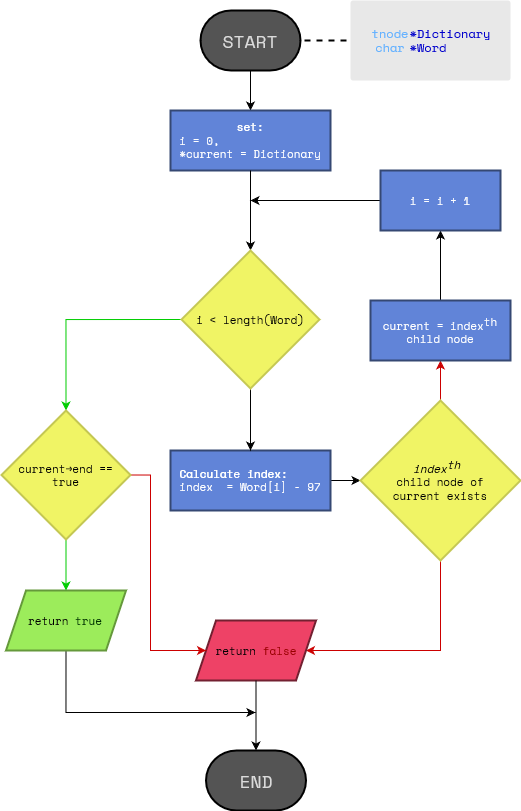
gaurav5-5/DSA-project-23 keeps this draw.io diagram as figs/trie_traverse.png. Above is the earlier version. Source tidied: cells renumbered, new cells last; positions are measured from the earlier drawing's top-left corner, leaving out a move shared by most shapes.
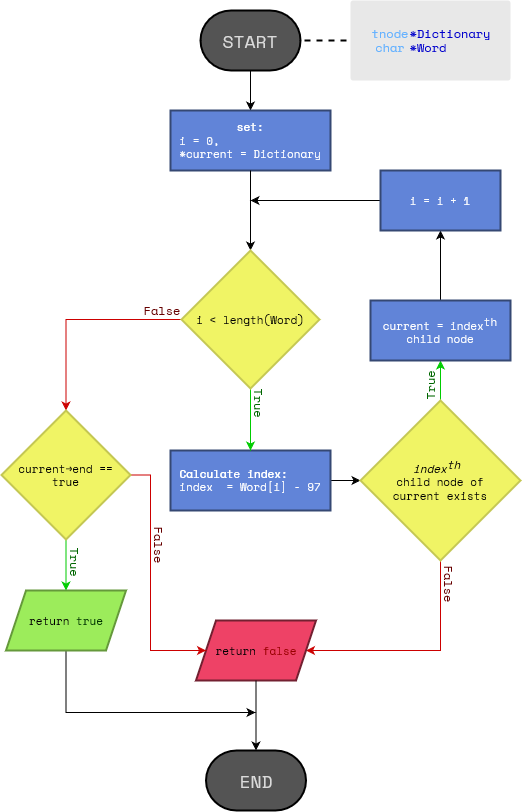
Later version of the same file.

Diff of the diagram source:
```diff
@@ -23,7 +23,7 @@
     <mxCell id="8" value="&lt;div align=&quot;left&quot; style=&quot;font-size: 11px;&quot;&gt;&lt;b style=&quot;font-size: 11px;&quot;&gt;Calculate index:&lt;/b&gt;&lt;/div&gt;&lt;div align=&quot;left&quot; style=&quot;font-size: 11px;&quot;&gt;index&amp;nbsp; = Word[i] - 97&lt;br style=&quot;font-size: 11px;&quot;&gt;&lt;/div&gt;" style="rounded=0;whiteSpace=wrap;html=1;fontFamily=Space Mono;fontSource=https%3A%2F%2Ffonts.googleapis.com%2Fcss%3Ffamily%3DSpace%2BMono;fontSize=11;fillColor=#6184D8;fontColor=#ffffff;strokeColor=#354873;strokeWidth=2;" parent="1" vertex="1">
       <mxGeometry x="169" y="450" width="160" height="60" as="geometry" />
     </mxCell>
-    <mxCell id="9" style="edgeStyle=orthogonalEdgeStyle;rounded=0;jettySize=auto;html=1;exitX=0.5;exitY=0;exitDx=0;exitDy=0;entryX=0.5;entryY=1;entryDx=0;entryDy=0;strokeColor=#CC0000;" parent="1" edge="1" source="11" target="17">
+    <mxCell id="9" style="edgeStyle=orthogonalEdgeStyle;rounded=0;jettySize=auto;html=1;exitX=0.5;exitY=0;exitDx=0;exitDy=0;entryX=0.5;entryY=1;entryDx=0;entryDy=0;strokeColor=#00CC00;" parent="1" edge="1" source="11" target="17">
       <mxGeometry relative="1" as="geometry" />
     </mxCell>
     <mxCell id="10" style="edgeStyle=orthogonalEdgeStyle;jettySize=auto;html=1;exitX=0.5;exitY=1;exitDx=0;exitDy=0;entryX=1;entryY=0.5;entryDx=0;entryDy=0;rounded=0;strokeColor=#CC0000;" parent="1" edge="1" source="11" target="20">
@@ -39,10 +39,10 @@
     <mxCell id="12" style="edgeStyle=orthogonalEdgeStyle;rounded=0;jettySize=auto;html=1;exitX=0.5;exitY=1;exitDx=0;exitDy=0;entryX=0.5;entryY=0;entryDx=0;entryDy=0;" parent="1" edge="1" source="6" target="15">
       <mxGeometry relative="1" as="geometry" />
     </mxCell>
-    <mxCell id="13" style="edgeStyle=orthogonalEdgeStyle;rounded=0;jettySize=auto;html=1;exitX=0.5;exitY=1;exitDx=0;exitDy=0;entryX=0.5;entryY=0;entryDx=0;entryDy=0;" parent="1" edge="1" source="15" target="8">
+    <mxCell id="13" style="edgeStyle=orthogonalEdgeStyle;rounded=0;jettySize=auto;html=1;exitX=0.5;exitY=1;exitDx=0;exitDy=0;entryX=0.5;entryY=0;entryDx=0;entryDy=0;strokeColor=#00CC00;" parent="1" edge="1" source="15" target="8">
       <mxGeometry relative="1" as="geometry" />
     </mxCell>
-    <mxCell id="14" style="edgeStyle=orthogonalEdgeStyle;jettySize=auto;html=1;exitX=0;exitY=0.5;exitDx=0;exitDy=0;entryX=0.5;entryY=0;entryDx=0;entryDy=0;rounded=0;strokeColor=#00CC00;" parent="1" edge="1" source="15" target="26">
+    <mxCell id="14" style="edgeStyle=orthogonalEdgeStyle;jettySize=auto;html=1;exitX=0;exitY=0.5;exitDx=0;exitDy=0;entryX=0.5;entryY=0;entryDx=0;entryDy=0;rounded=0;strokeColor=#CC0000;" parent="1" edge="1" source="15" target="26">
       <mxGeometry relative="1" as="geometry" />
     </mxCell>
     <mxCell id="15" value="i &amp;lt; length(Word)" style="rhombus;whiteSpace=wrap;html=1;fontFamily=Space Mono;fontSource=https%3A%2F%2Ffonts.googleapis.com%2Fcss%3Ffamily%3DSpace%2BMono;fontSize=11;fillColor=#F0F465;fontColor=#000000;strokeColor=#C4C753;strokeWidth=2;" parent="1" vertex="1">
@@ -109,5 +109,23 @@
     <mxCell id="31" value="tnode &lt;br style=&quot;font-size: 12px;&quot;&gt;&lt;div style=&quot;font-size: 12px;&quot;&gt;char&lt;/div&gt;" style="text;html=1;strokeColor=none;fillColor=none;align=center;verticalAlign=middle;whiteSpace=wrap;rounded=0;fontColor=#66B2FF;fontSize=12;fontFamily=Space Mono;fontSource=https%3A%2F%2Ffonts.googleapis.com%2Fcss%3Ffamily%3DSpace%2BMono;" parent="27" vertex="1">
       <mxGeometry x="20" y="10" width="40" height="60" as="geometry" />
     </mxCell>
+    <mxCell id="32" value="False" style="text;html=1;strokeColor=none;fillColor=none;align=center;verticalAlign=middle;whiteSpace=wrap;rounded=0;fontFamily=Space Mono;fontSource=https%3A%2F%2Ffonts.googleapis.com%2Fcss%3Ffamily%3DSpace%2BMono;fontColor=#660000;rotation=90;" parent="1" vertex="1">
+      <mxGeometry x="419" y="569" width="60" height="30" as="geometry" />
+    </mxCell>
+    <mxCell id="33" value="True" style="text;html=1;strokeColor=none;fillColor=none;align=center;verticalAlign=middle;whiteSpace=wrap;rounded=0;fontFamily=Space Mono;fontSource=https%3A%2F%2Ffonts.googleapis.com%2Fcss%3Ffamily%3DSpace%2BMono;fontColor=#006600;rotation=-90;" parent="1" vertex="1">
+      <mxGeometry x="399" y="370" width="60" height="30" as="geometry" />
+    </mxCell>
+    <mxCell id="34" value="True" style="text;html=1;strokeColor=none;fillColor=none;align=center;verticalAlign=middle;whiteSpace=wrap;rounded=0;fontFamily=Space Mono;fontSource=https%3A%2F%2Ffonts.googleapis.com%2Fcss%3Ffamily%3DSpace%2BMono;fontColor=#006600;rotation=90;" parent="1" vertex="1">
+      <mxGeometry x="45" y="547" width="60" height="30" as="geometry" />
+    </mxCell>
+    <mxCell id="35" value="False" style="text;html=1;strokeColor=none;fillColor=none;align=center;verticalAlign=middle;whiteSpace=wrap;rounded=0;fontFamily=Space Mono;fontSource=https%3A%2F%2Ffonts.googleapis.com%2Fcss%3Ffamily%3DSpace%2BMono;fontColor=#660000;rotation=90;" parent="1" vertex="1">
+      <mxGeometry x="129" y="530" width="60" height="30" as="geometry" />
+    </mxCell>
+    <mxCell id="36" value="False" style="text;html=1;strokeColor=none;fillColor=none;align=center;verticalAlign=middle;whiteSpace=wrap;rounded=0;fontFamily=Space Mono;fontSource=https%3A%2F%2Ffonts.googleapis.com%2Fcss%3Ffamily%3DSpace%2BMono;fontColor=#660000;rotation=0;" parent="1" vertex="1">
+      <mxGeometry x="131" y="295" width="60" height="30" as="geometry" />
+    </mxCell>
+    <mxCell id="37" value="True" style="text;html=1;strokeColor=none;fillColor=none;align=center;verticalAlign=middle;whiteSpace=wrap;rounded=0;fontFamily=Space Mono;fontSource=https%3A%2F%2Ffonts.googleapis.com%2Fcss%3Ffamily%3DSpace%2BMono;fontColor=#006600;rotation=90;" parent="1" vertex="1">
+      <mxGeometry x="229" y="388" width="60" height="30" as="geometry" />
+    </mxCell>
   </root>
 </mxGraphModel>
```
